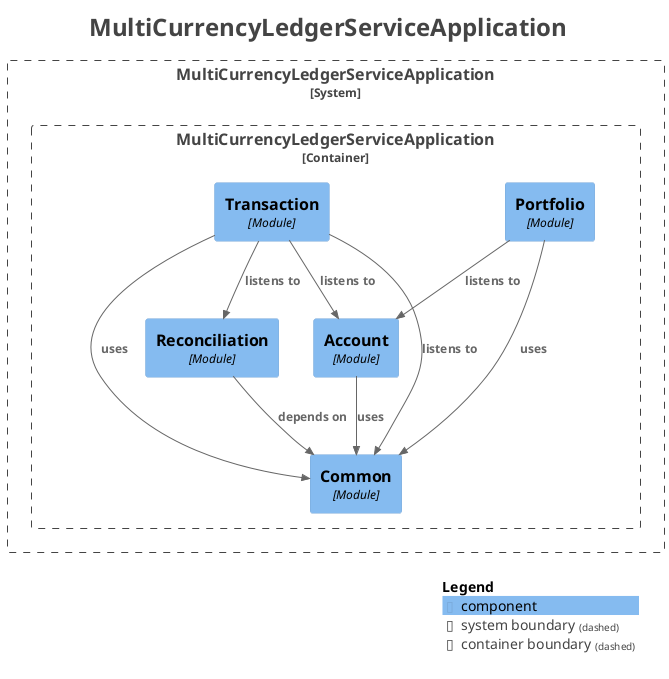
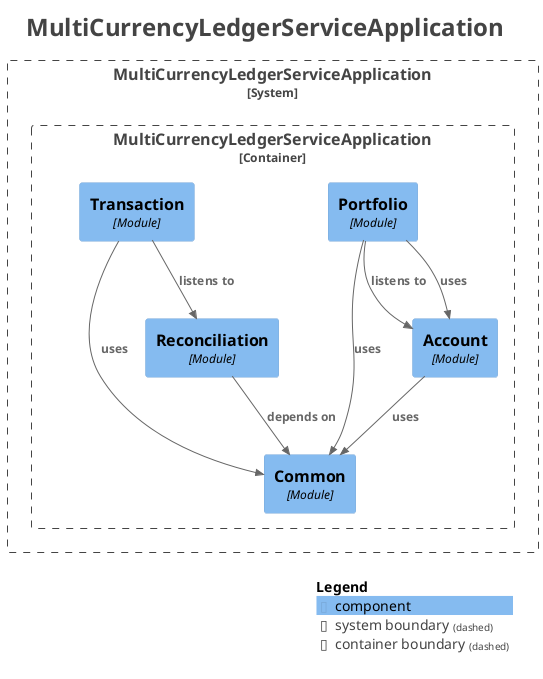
@startuml
title <size:24>MultiCurrencyLedgerServiceApplication</size>

set separator none
top to bottom direction

<style>
  root {
    BackgroundColor: #ffffff
    FontColor: #444444
  }
</style>

!include <C4/C4>
!include <C4/C4_Context>
!include <C4/C4_Component>

System_Boundary("MultiCurrencyLedgerServiceApplication_boundary", "MultiCurrencyLedgerServiceApplication", $tags="") {
  Container_Boundary("MultiCurrencyLedgerServiceApplication.MultiCurrencyLedgerServiceApplication_boundary", "MultiCurrencyLedgerServiceApplication", $tags="") {
    Component(MultiCurrencyLedgerServiceApplication.MultiCurrencyLedgerServiceApplication.Common, "Common", $techn="Module", $descr="", $tags="", $link="")
    Component(MultiCurrencyLedgerServiceApplication.MultiCurrencyLedgerServiceApplication.Account, "Account", $techn="Module", $descr="", $tags="", $link="")
    Component(MultiCurrencyLedgerServiceApplication.MultiCurrencyLedgerServiceApplication.Reconciliation, "Reconciliation", $techn="Module", $descr="", $tags="", $link="")
    Component(MultiCurrencyLedgerServiceApplication.MultiCurrencyLedgerServiceApplication.Portfolio, "Portfolio", $techn="Module", $descr="", $tags="", $link="")
    Component(MultiCurrencyLedgerServiceApplication.MultiCurrencyLedgerServiceApplication.Transaction, "Transaction", $techn="Module", $descr="", $tags="", $link="")
  }

}

- Rel(MultiCurrencyLedgerServiceApplication.MultiCurrencyLedgerServiceApplication.Portfolio, MultiCurrencyLedgerServiceApplication.MultiCurrencyLedgerServiceApplication.Common, "uses", $techn="", $tags="", $link="")
- Rel(MultiCurrencyLedgerServiceApplication.MultiCurrencyLedgerServiceApplication.Account, MultiCurrencyLedgerServiceApplication.MultiCurrencyLedgerServiceApplication.Common, "uses", $techn="", $tags="", $link="")
- Rel(MultiCurrencyLedgerServiceApplication.MultiCurrencyLedgerServiceApplication.Transaction, MultiCurrencyLedgerServiceApplication.MultiCurrencyLedgerServiceApplication.Account, "listens to", $techn="", $tags="", $link="")
- Rel(MultiCurrencyLedgerServiceApplication.MultiCurrencyLedgerServiceApplication.Transaction, MultiCurrencyLedgerServiceApplication.MultiCurrencyLedgerServiceApplication.Common, "listens to", $techn="", $tags="", $link="")
Rel(MultiCurrencyLedgerServiceApplication.MultiCurrencyLedgerServiceApplication.Transaction, MultiCurrencyLedgerServiceApplication.MultiCurrencyLedgerServiceApplication.Reconciliation, "listens to", $techn="", $tags="", $link="")
Rel(MultiCurrencyLedgerServiceApplication.MultiCurrencyLedgerServiceApplication.Transaction, MultiCurrencyLedgerServiceApplication.MultiCurrencyLedgerServiceApplication.Common, "uses", $techn="", $tags="", $link="")
+ Rel(MultiCurrencyLedgerServiceApplication.MultiCurrencyLedgerServiceApplication.Portfolio, MultiCurrencyLedgerServiceApplication.MultiCurrencyLedgerServiceApplication.Account, "listens to", $techn="", $tags="", $link="")
+ Rel(MultiCurrencyLedgerServiceApplication.MultiCurrencyLedgerServiceApplication.Portfolio, MultiCurrencyLedgerServiceApplication.MultiCurrencyLedgerServiceApplication.Common, "uses", $techn="", $tags="", $link="")
+ Rel(MultiCurrencyLedgerServiceApplication.MultiCurrencyLedgerServiceApplication.Portfolio, MultiCurrencyLedgerServiceApplication.MultiCurrencyLedgerServiceApplication.Account, "uses", $techn="", $tags="", $link="")
Rel(MultiCurrencyLedgerServiceApplication.MultiCurrencyLedgerServiceApplication.Reconciliation, MultiCurrencyLedgerServiceApplication.MultiCurrencyLedgerServiceApplication.Common, "depends on", $techn="", $tags="", $link="")
- Rel(MultiCurrencyLedgerServiceApplication.MultiCurrencyLedgerServiceApplication.Portfolio, MultiCurrencyLedgerServiceApplication.MultiCurrencyLedgerServiceApplication.Account, "listens to", $techn="", $tags="", $link="")
+ Rel(MultiCurrencyLedgerServiceApplication.MultiCurrencyLedgerServiceApplication.Account, MultiCurrencyLedgerServiceApplication.MultiCurrencyLedgerServiceApplication.Common, "uses", $techn="", $tags="", $link="")

SHOW_LEGEND(true)
hide stereotypes
@enduml